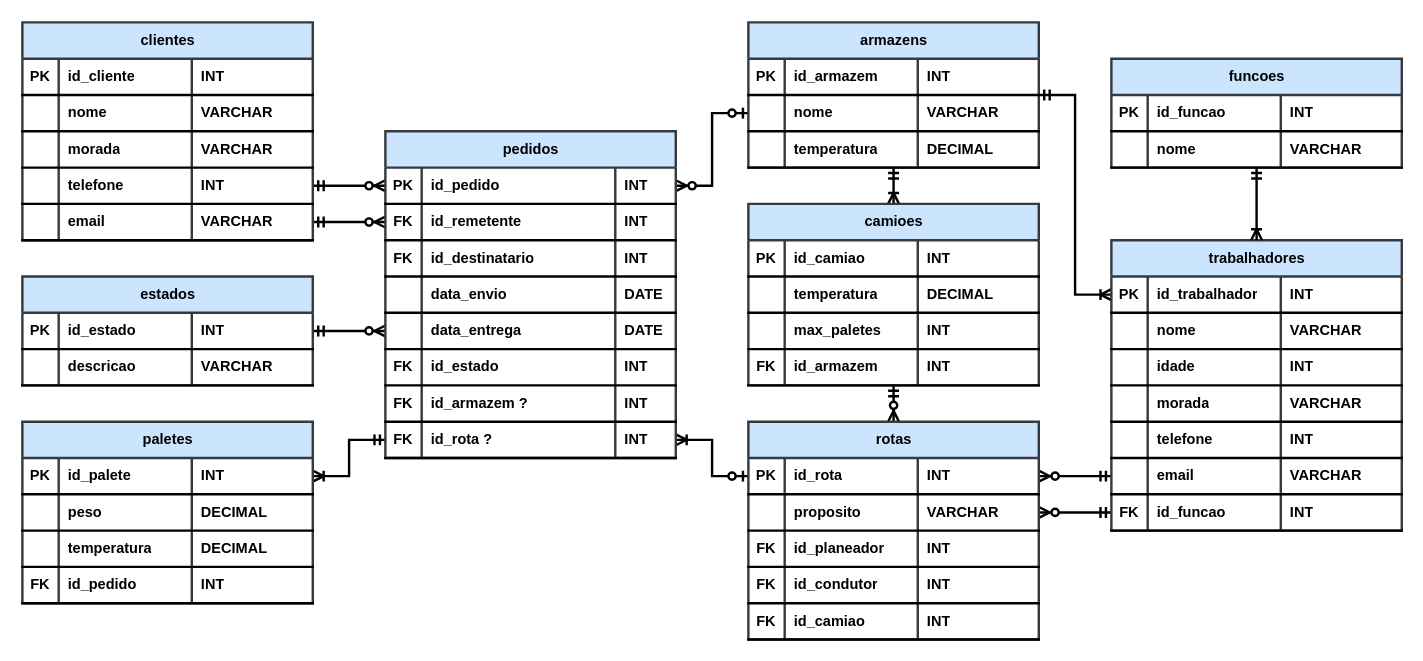
Before: page "Diagrama ER (Crow's Foot)" (3 of 3) of Diagramas/diagramas.drawio in VicLourenco40/dwdm-sql-logistica, a draw.io diagram. Source tidied: cells renumbered, new cells numbered last; positions are measured from the earlier drawing's top-left corner, leaving out a move shared by most shapes. Both pictures are drawn from the tidied source at 121%, with x=0, y=0 at pixel (22, 22).
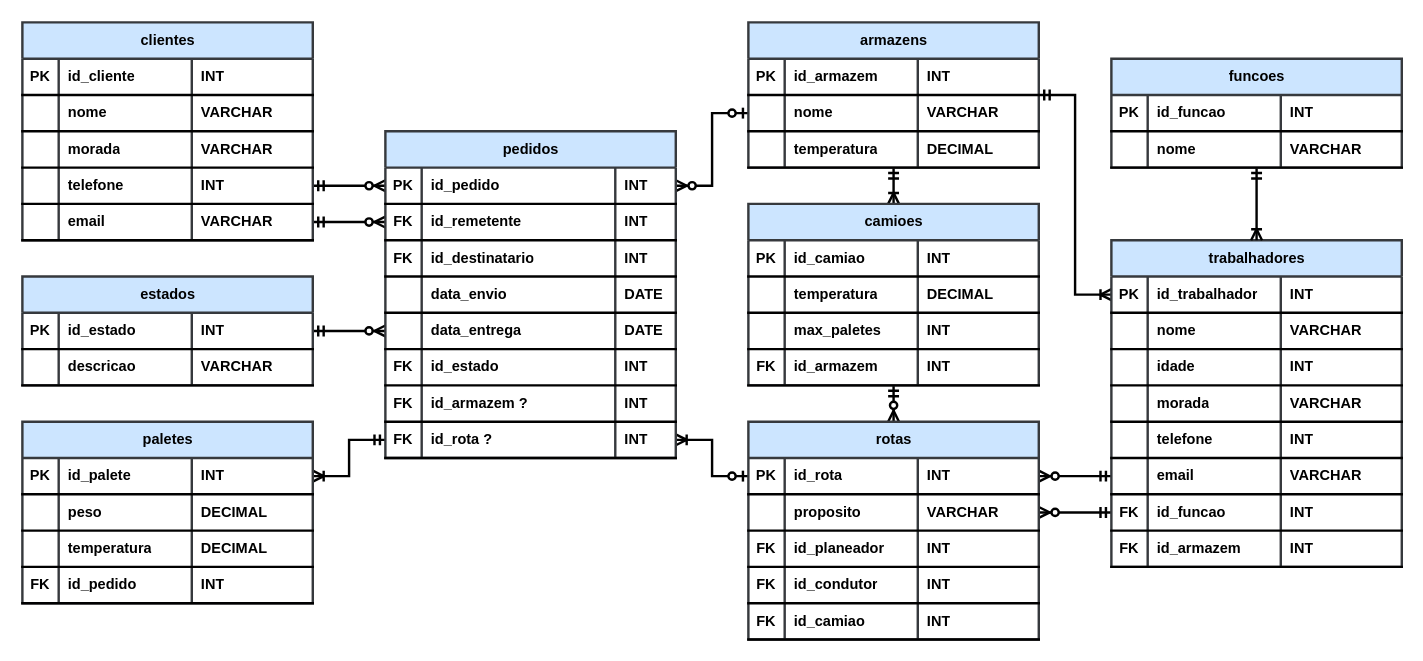
After the change.

Commit message (it also covers changes not shown here):
Adicionar id_armazem na tabela trabalhadores

Change to the diagram source:
```diff
@@
     <mxCell id="76" value="trabalhadores" style="shape=table;startSize=30;childLayout=tableLayout;rowLines=0;fontStyle=1;align=center;html=1;strokeWidth=2;labelBackgroundColor=none;swimlaneFillColor=default;fillColor=#cce5ff;strokeColor=#36393d;" parent="1" vertex="1">
-      <mxGeometry x="900" y="180" width="240" height="240" as="geometry" />
+      <mxGeometry x="900" y="180" width="240" height="270" as="geometry" />
     </mxCell>
@@
+    <mxCell id="183" style="shape=tableRow;horizontal=0;startSize=0;swimlaneHead=0;swimlaneBody=0;fillColor=none;top=0;left=0;right=0;bottom=1;fontStyle=1;strokeWidth=2;labelBackgroundColor=none;" parent="76" vertex="1">
+      <mxGeometry y="240" width="240" height="30" as="geometry" />
+    </mxCell>
+    <mxCell id="184" value="FK" style="shape=partialRectangle;fillColor=none;top=0;left=0;bottom=0;right=0;fontStyle=1;overflow=hidden;whiteSpace=wrap;html=1;strokeWidth=2;labelBackgroundColor=none;" parent="183" vertex="1">
+      <mxGeometry width="30" height="30" as="geometry" />
+    </mxCell>
+    <mxCell id="185" value="id_armazem" style="shape=partialRectangle;fillColor=none;top=0;left=0;bottom=0;right=0;align=left;spacingLeft=6;fontStyle=1;overflow=hidden;whiteSpace=wrap;html=1;strokeWidth=2;labelBackgroundColor=none;" parent="183" vertex="1">
+      <mxGeometry x="30" width="110" height="30" as="geometry" />
+    </mxCell>
+    <mxCell id="186" value="INT" style="shape=partialRectangle;fillColor=none;top=0;left=0;bottom=0;right=0;align=left;spacingLeft=6;fontStyle=1;overflow=hidden;whiteSpace=wrap;html=1;strokeWidth=2;labelBackgroundColor=none;" parent="183" vertex="1">
+      <mxGeometry x="140" width="100" height="30" as="geometry" />
+    </mxCell>
```
